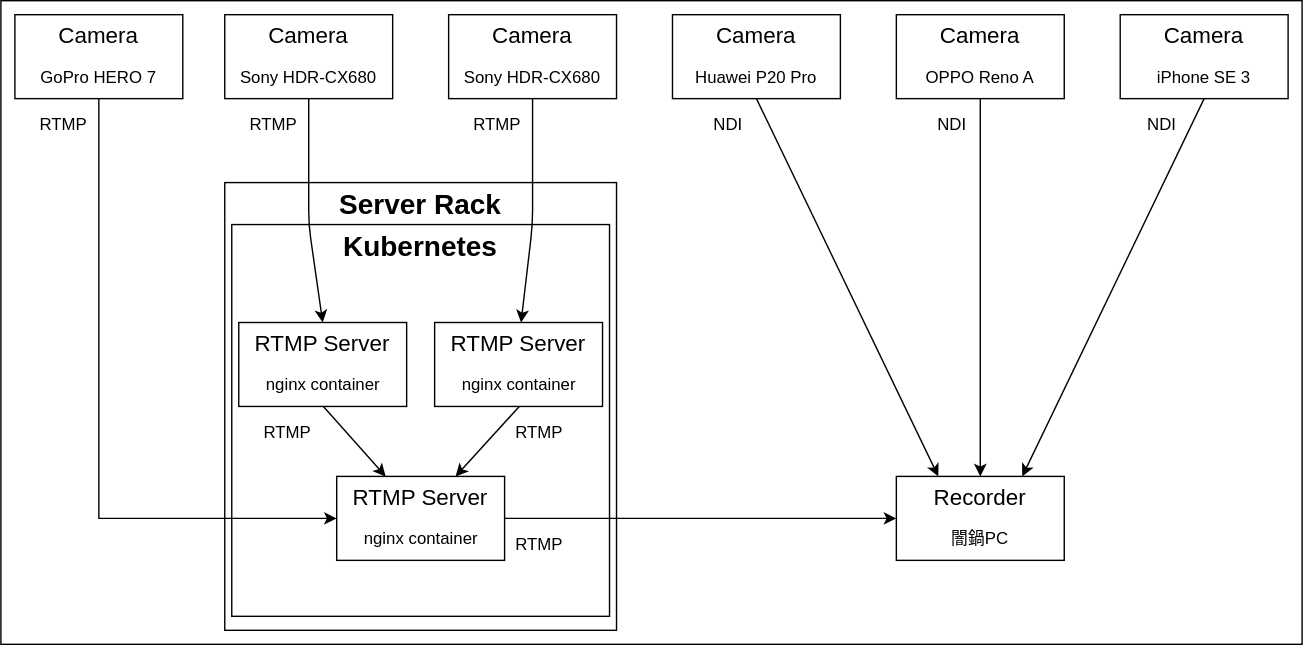
Above: network/service/camera.drawio.svg in TechnoTUT/Infrastructure (draw.io), before the change. Source tidied: cells renumbered, new cells last; positions are measured from the earlier drawing's top-left corner, leaving out a move shared by most shapes.
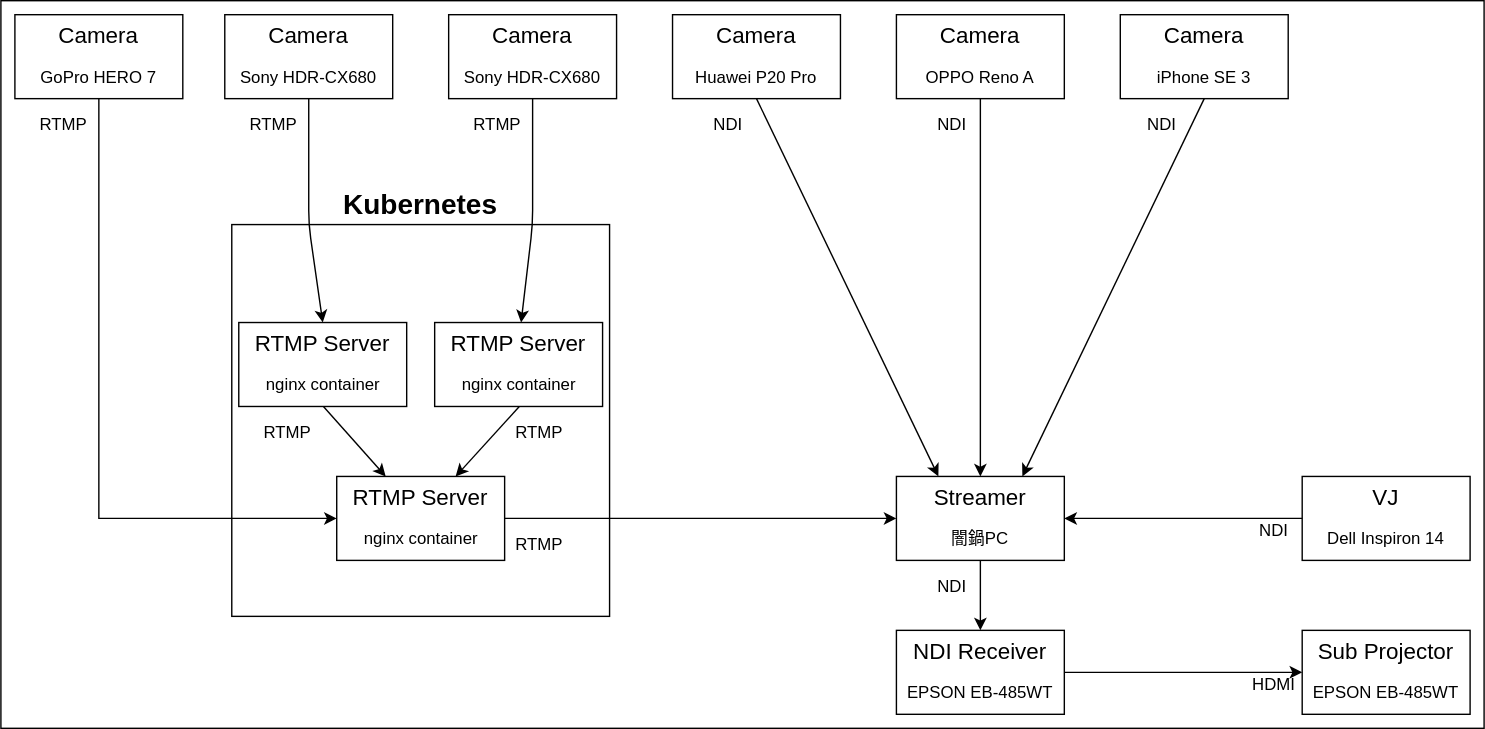
Later version of the same file.

The edit, as a diff of the source:
```diff
@@ -3,11 +3,8 @@
     <mxCell id="0" />
     <mxCell id="1" parent="0" />
     <mxCell id="2" style="rounded=0;whiteSpace=wrap;html=1;" parent="1" vertex="1">
-      <mxGeometry width="930" height="460" as="geometry" />
+      <mxGeometry width="1060" height="520" as="geometry" />
     </mxCell>
-    <mxCell id="3" style="rounded=0;whiteSpace=wrap;html=1;fontSize=20;" parent="1" vertex="1">
-      <mxGeometry x="160" y="130" width="280" height="320" as="geometry" />
-    </mxCell>
     <mxCell id="4" style="rounded=0;whiteSpace=wrap;html=1;fontSize=20;" parent="1" vertex="1">
       <mxGeometry x="165" y="160" width="270" height="280" as="geometry" />
     </mxCell>
@@ -45,11 +42,8 @@
     <mxCell id="14" value="Sony HDR-CX680" style="text;html=1;strokeColor=none;fillColor=none;align=center;verticalAlign=middle;whiteSpace=wrap;rounded=0;fontSize=12;fontStyle=0;" parent="1" vertex="1">
       <mxGeometry x="160" y="40" width="120" height="30" as="geometry" />
     </mxCell>
-    <mxCell id="15" value="Server Rack" style="text;html=1;strokeColor=none;fillColor=none;align=center;verticalAlign=middle;whiteSpace=wrap;rounded=0;fontSize=20;fontStyle=1;" parent="1" vertex="1">
-      <mxGeometry x="235" y="130" width="130" height="30" as="geometry" />
-    </mxCell>
     <mxCell id="16" value="Kubernetes" style="text;html=1;strokeColor=none;fillColor=none;align=center;verticalAlign=middle;whiteSpace=wrap;rounded=0;fontSize=20;fontStyle=1;" parent="1" vertex="1">
-      <mxGeometry x="235" y="160" width="130" height="30" as="geometry" />
+      <mxGeometry x="235" y="130" width="130" height="30" as="geometry" />
     </mxCell>
     <mxCell id="17" style="rounded=0;whiteSpace=wrap;html=1;fontSize=12;" parent="1" vertex="1">
       <mxGeometry x="320" y="10" width="120" height="60" as="geometry" />
@@ -152,13 +146,16 @@
     <mxCell id="47" style="rounded=0;whiteSpace=wrap;html=1;fontSize=12;" parent="1" vertex="1">
       <mxGeometry x="640" y="340" width="120" height="60" as="geometry" />
     </mxCell>
-    <mxCell id="48" value="Recorder" style="text;html=1;strokeColor=none;fillColor=none;align=center;verticalAlign=middle;whiteSpace=wrap;rounded=0;fontSize=16;" parent="1" vertex="1">
+    <mxCell id="48" value="Streamer" style="text;html=1;strokeColor=none;fillColor=none;align=center;verticalAlign=middle;whiteSpace=wrap;rounded=0;fontSize=16;" parent="1" vertex="1">
       <mxGeometry x="640" y="340" width="120" height="30" as="geometry" />
     </mxCell>
+    <mxCell id="58" style="edgeStyle=none;html=1;" parent="1" edge="1" source="49" target="67">
+      <mxGeometry relative="1" as="geometry" />
+    </mxCell>
     <mxCell id="49" value="&lt;span&gt;闇鍋PC&lt;/span&gt;" style="text;html=1;strokeColor=none;fillColor=none;align=center;verticalAlign=middle;whiteSpace=wrap;rounded=0;fontSize=12;fontStyle=0;" parent="1" vertex="1">
       <mxGeometry x="640" y="370" width="120" height="30" as="geometry" />
     </mxCell>
-    <mxCell id="50" style="edgeStyle=none;rounded=0;html=1;exitX=1;exitY=0.5;exitDx=0;exitDy=0;entryX=0;entryY=0;entryDx=0;entryDy=0;" parent="1" edge="1" source="26" target="49">
+    <mxCell id="50" style="edgeStyle=none;rounded=0;html=1;exitX=1;exitY=0.5;exitDx=0;exitDy=0;entryX=0;entryY=0;entryDx=0;entryDy=0;strokeColor=default;" parent="1" edge="1" source="26" target="49">
       <mxGeometry relative="1" as="geometry" />
     </mxCell>
     <mxCell id="51" value="&lt;font style=&quot;font-size: 12px;&quot;&gt;RTMP&lt;/font&gt;" style="text;html=1;strokeColor=none;fillColor=none;align=center;verticalAlign=middle;whiteSpace=wrap;rounded=0;fontSize=20;" parent="1" vertex="1">
@@ -182,5 +179,47 @@
     <mxCell id="57" value="&lt;font style=&quot;font-size: 12px;&quot;&gt;RTMP&lt;/font&gt;" style="text;html=1;strokeColor=none;fillColor=none;align=center;verticalAlign=middle;whiteSpace=wrap;rounded=0;fontSize=20;" parent="1" vertex="1">
       <mxGeometry x="350" y="370" width="70" height="30" as="geometry" />
     </mxCell>
+    <mxCell id="59" style="rounded=0;whiteSpace=wrap;html=1;fontSize=12;" parent="1" vertex="1">
+      <mxGeometry x="930" y="340" width="120" height="60" as="geometry" />
+    </mxCell>
+    <mxCell id="60" value="VJ" style="text;html=1;strokeColor=none;fillColor=none;align=center;verticalAlign=middle;whiteSpace=wrap;rounded=0;fontSize=16;" parent="1" vertex="1">
+      <mxGeometry x="930" y="340" width="120" height="30" as="geometry" />
+    </mxCell>
+    <mxCell id="61" style="edgeStyle=none;html=1;exitX=0;exitY=0;exitDx=0;exitDy=0;entryX=1;entryY=0;entryDx=0;entryDy=0;" parent="1" edge="1" source="62" target="49">
+      <mxGeometry relative="1" as="geometry" />
+    </mxCell>
+    <mxCell id="62" value="Dell Inspiron 14" style="text;html=1;strokeColor=none;fillColor=none;align=center;verticalAlign=middle;whiteSpace=wrap;rounded=0;fontSize=12;fontStyle=0;" parent="1" vertex="1">
+      <mxGeometry x="930" y="370" width="120" height="30" as="geometry" />
+    </mxCell>
+    <mxCell id="63" style="rounded=0;whiteSpace=wrap;html=1;fontSize=12;" parent="1" vertex="1">
+      <mxGeometry x="930" y="450" width="120" height="60" as="geometry" />
+    </mxCell>
+    <mxCell id="64" value="Sub Projector" style="text;html=1;strokeColor=none;fillColor=none;align=center;verticalAlign=middle;whiteSpace=wrap;rounded=0;fontSize=16;" parent="1" vertex="1">
+      <mxGeometry x="930" y="450" width="120" height="30" as="geometry" />
+    </mxCell>
+    <mxCell id="65" value="EPSON EB-485WT" style="text;html=1;strokeColor=none;fillColor=none;align=center;verticalAlign=middle;whiteSpace=wrap;rounded=0;fontSize=12;fontStyle=0;" parent="1" vertex="1">
+      <mxGeometry x="930" y="480" width="120" height="30" as="geometry" />
+    </mxCell>
+    <mxCell id="66" style="rounded=0;whiteSpace=wrap;html=1;fontSize=12;" parent="1" vertex="1">
+      <mxGeometry x="640" y="450" width="120" height="60" as="geometry" />
+    </mxCell>
+    <mxCell id="67" value="NDI Receiver" style="text;html=1;strokeColor=none;fillColor=none;align=center;verticalAlign=middle;whiteSpace=wrap;rounded=0;fontSize=16;" parent="1" vertex="1">
+      <mxGeometry x="640" y="450" width="120" height="30" as="geometry" />
+    </mxCell>
+    <mxCell id="68" style="edgeStyle=none;html=1;exitX=1;exitY=0;exitDx=0;exitDy=0;entryX=0;entryY=0;entryDx=0;entryDy=0;" parent="1" edge="1" source="69" target="65">
+      <mxGeometry relative="1" as="geometry" />
+    </mxCell>
+    <mxCell id="69" value="EPSON EB-485WT" style="text;html=1;strokeColor=none;fillColor=none;align=center;verticalAlign=middle;whiteSpace=wrap;rounded=0;fontSize=12;fontStyle=0;" parent="1" vertex="1">
+      <mxGeometry x="640" y="480" width="120" height="30" as="geometry" />
+    </mxCell>
+    <mxCell id="70" value="&lt;font style=&quot;font-size: 12px;&quot;&gt;NDI&lt;/font&gt;" style="text;html=1;strokeColor=none;fillColor=none;align=center;verticalAlign=middle;whiteSpace=wrap;rounded=0;fontSize=20;" parent="1" vertex="1">
+      <mxGeometry x="890" y="360" width="40" height="30" as="geometry" />
+    </mxCell>
+    <mxCell id="71" value="&lt;font style=&quot;font-size: 12px;&quot;&gt;NDI&lt;/font&gt;" style="text;html=1;strokeColor=none;fillColor=none;align=center;verticalAlign=middle;whiteSpace=wrap;rounded=0;fontSize=20;" parent="1" vertex="1">
+      <mxGeometry x="660" y="400" width="40" height="30" as="geometry" />
+    </mxCell>
+    <mxCell id="72" value="&lt;font style=&quot;font-size: 12px;&quot;&gt;HDMI&lt;/font&gt;" style="text;html=1;strokeColor=none;fillColor=none;align=center;verticalAlign=middle;whiteSpace=wrap;rounded=0;fontSize=20;" parent="1" vertex="1">
+      <mxGeometry x="890" y="470" width="40" height="30" as="geometry" />
+    </mxCell>
   </root>
 </mxGraphModel>
```
